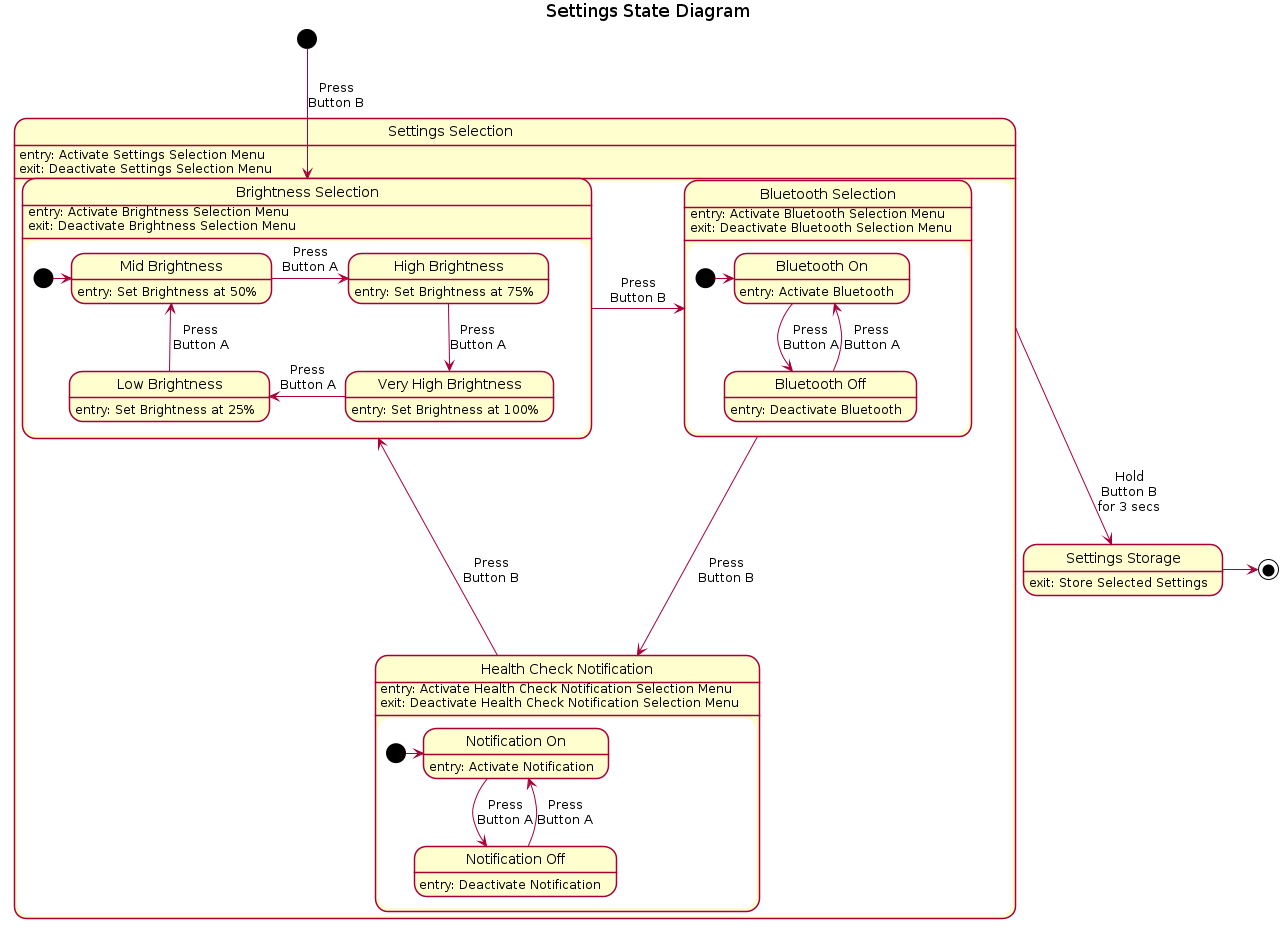
The PlantUML diagram uml/state_diagrams/settings.png in markroche92/sw-eng-smart-watch, before a commit. The source it was exported from:
```plantuml
@startuml

skinparam shadowing false

title Settings State Diagram

state "Settings Selection" as Ss{
    state "Brightness Selection" as Bs {

        state "Low Brightness" as Lb : entry: Set Brightness at 25%
        state "Mid Brightness" as Mb : entry: Set Brightness at 50%
        state "High Brightness" as Hb : entry: Set Brightness at 75%
        state "Very High Brightness" as Vhb : entry: Set Brightness at 100%

        [*]->Mb
        Lb -up-> Mb : Press\nButton A
        Mb -right-> Hb : Press\nButton A
        Hb -down-> Vhb : Press\nButton A
        Vhb -left-> Lb : Press\nButton A
    }

    state "Bluetooth Selection" as Bts {

        state "Bluetooth On" as Ba : entry: Activate Bluetooth
        state "Bluetooth Off" as Bd : entry: Deactivate Bluetooth

        [*]->Ba
        Ba -down-> Bd : Press\nButton A
        Bd -up-> Ba : Press\nButton A
    }

    state "Health Check Notification" as Hcn {

        state "Notification On" as Na : entry: Activate Notification
        state "Notification Off" as Nd : entry: Deactivate Notification

        [*]->Na
        Na -down-> Nd : Press\nButton A
        Nd -up-> Na : Press\nButton A
    }

    Bs : entry: Activate Brightness Selection Menu\nexit: Deactivate Brightness Selection Menu
    Bts : entry: Activate Bluetooth Selection Menu\nexit: Deactivate Bluetooth Selection Menu
    Hcn : entry: Activate Health Check Notification Selection Menu\nexit: Deactivate Health Check Notification Selection Menu


    Bs -right-> Bts : Press\nButton B
    Bts -down-> Hcn : Press\nButton B
    Hcn -up-> Bs : Press\nButton B
}

state "Settings Storage" as Sstor{


}

Sstor : exit: Store Selected Settings

[*]-down->Bs : Press\nButton B
Ss-down->Sstor : Hold\nButton B\nfor 3 secs
Ss : entry: Activate Settings Selection Menu\nexit: Deactivate Settings Selection Menu
Sstor->[*]

@enduml
```
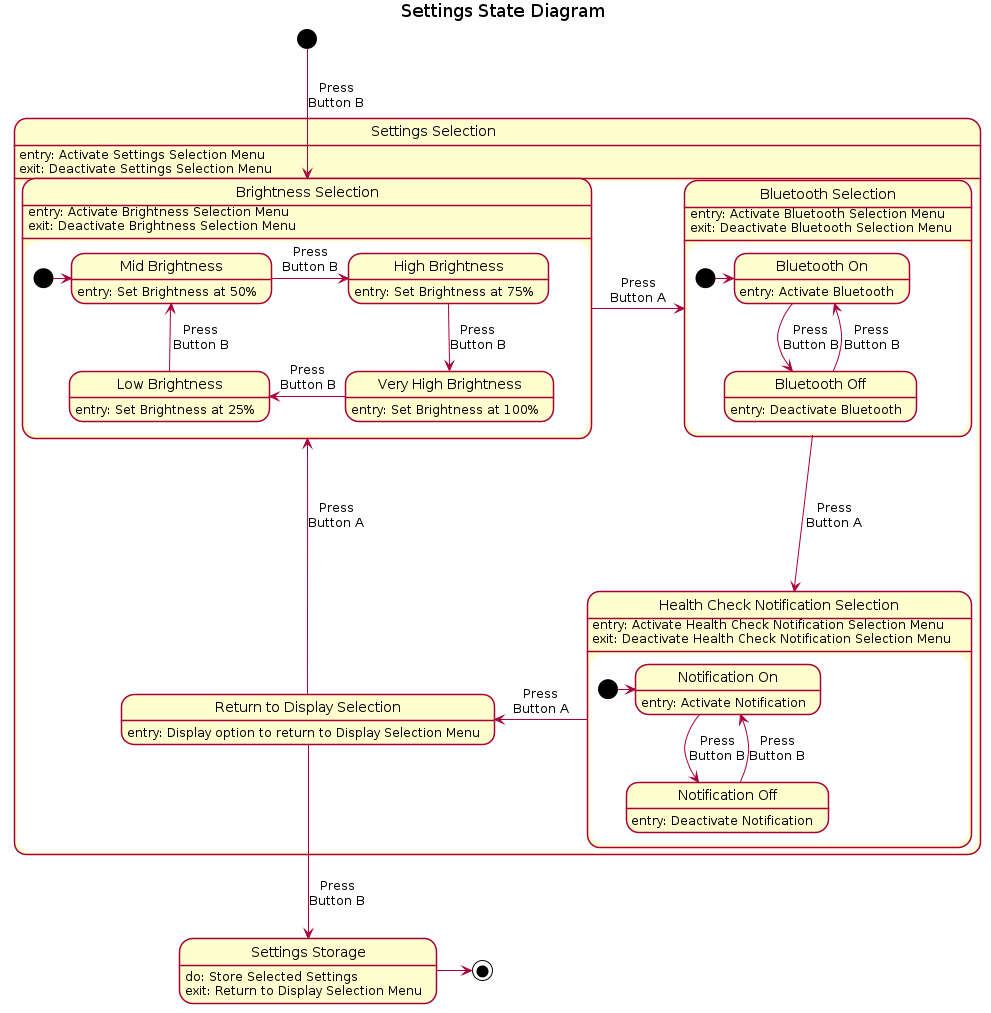
The same file after the commit.

Commit message:
Update settings menu

Change to the diagram source:
```diff
@@ -2,9 +2,11 @@
 
 skinparam shadowing false
 
+
 title Settings State Diagram
 
 state "Settings Selection" as Ss{
+
     state "Brightness Selection" as Bs {
 
         state "Low Brightness" as Lb : entry: Set Brightness at 25%
@@ -13,10 +15,10 @@
         state "Very High Brightness" as Vhb : entry: Set Brightness at 100%
 
         [*]->Mb
-        Lb -up-> Mb : Press\nButton A
-        Mb -right-> Hb : Press\nButton A
-        Hb -down-> Vhb : Press\nButton A
-        Vhb -left-> Lb : Press\nButton A
+        Lb -up-> Mb : Press\nButton B
+        Mb -right-> Hb : Press\nButton B
+        Hb -down-> Vhb : Press\nButton B
+        Vhb -left-> Lb : Press\nButton B
     }
 
     state "Bluetooth Selection" as Bts {
@@ -25,28 +27,35 @@
         state "Bluetooth Off" as Bd : entry: Deactivate Bluetooth
 
         [*]->Ba
-        Ba -down-> Bd : Press\nButton A
-        Bd -up-> Ba : Press\nButton A
+        Ba -down-> Bd : Press\nButton B
+        Bd -up-> Ba : Press\nButton B
     }
 
-    state "Health Check Notification" as Hcn {
+    state "Health Check Notification Selection" as Hcn {
 
         state "Notification On" as Na : entry: Activate Notification
         state "Notification Off" as Nd : entry: Deactivate Notification
 
         [*]->Na
-        Na -down-> Nd : Press\nButton A
-        Nd -up-> Na : Press\nButton A
+        Na -down-> Nd : Press\nButton B
+        Nd -up-> Na : Press\nButton B
     }
+
+    state "Return to Display Selection" as R {
+
+    }
+
+
 
     Bs : entry: Activate Brightness Selection Menu\nexit: Deactivate Brightness Selection Menu
     Bts : entry: Activate Bluetooth Selection Menu\nexit: Deactivate Bluetooth Selection Menu
     Hcn : entry: Activate Health Check Notification Selection Menu\nexit: Deactivate Health Check Notification Selection Menu
+    R : entry: Display option to return to Display Selection Menu
 
-
-    Bs -right-> Bts : Press\nButton B
-    Bts -down-> Hcn : Press\nButton B
-    Hcn -up-> Bs : Press\nButton B
+    Bs -right-> Bts : Press\nButton A
+    Bts -down-> Hcn : Press\nButton A
+    Hcn -left-> R : Press\nButton A
+    R -up-> Bs : Press\nButton A
 }
 
 state "Settings Storage" as Sstor{
@@ -54,10 +63,10 @@
 
 }
 
-Sstor : exit: Store Selected Settings
+Sstor : do: Store Selected Settings\nexit: Return to Display Selection Menu
 
 [*]-down->Bs : Press\nButton B
-Ss-down->Sstor : Hold\nButton B\nfor 3 secs
+R-down->Sstor : Press\nButton B
 Ss : entry: Activate Settings Selection Menu\nexit: Deactivate Settings Selection Menu
 Sstor->[*]
 
```
